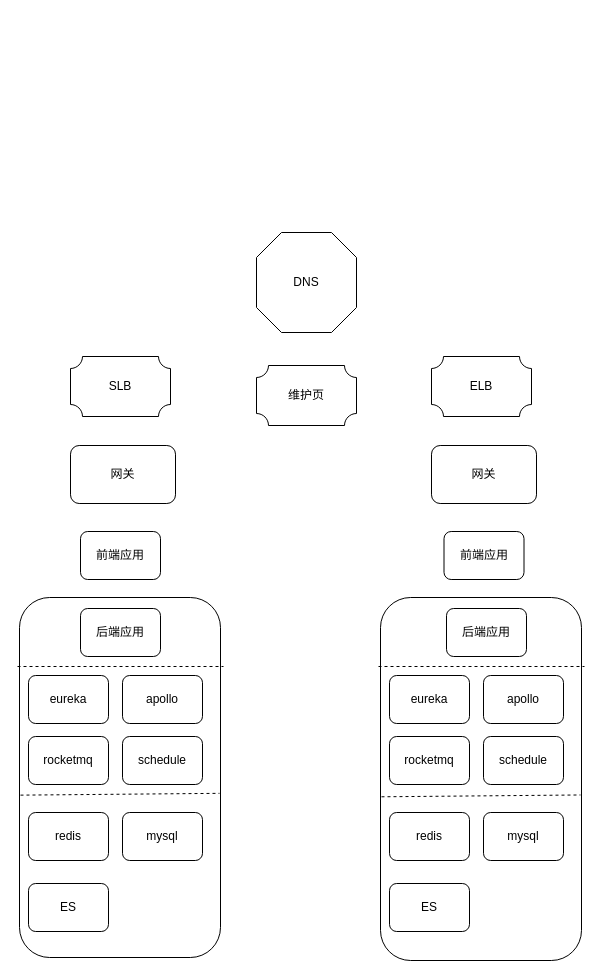
The draw.io diagram 华为云迁移灰度.drawio in mingtian110/pc_home, before the edit. Source tidied: cells renumbered, new cells numbered last; positions are measured from the earlier drawing's top-left corner, leaving out a move shared by most shapes. Both pictures are drawn from the tidied source at 100%, with x=0, y=0 at pixel (17, 232).
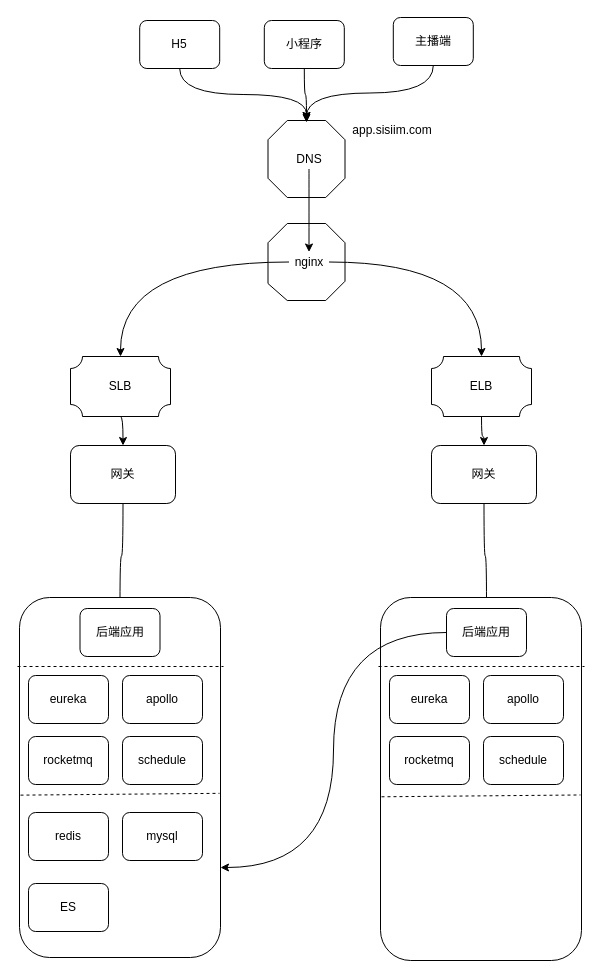
After the change.

Commit message:
更新华为云迁移灰度.drawio

The change refers to these unchanged cells:
```xml
<mxCell id="4" style="verticalLabelPosition=bottom;verticalAlign=top;html=1;shape=mxgraph.basic.plaque;dx=6;" parent="1" vertex="1">
  <mxGeometry x="53" y="124" width="100" height="60" as="geometry" />
</mxCell>
<mxCell id="6" style="verticalLabelPosition=bottom;verticalAlign=top;html=1;shape=mxgraph.basic.plaque;dx=6;" parent="1" vertex="1">
  <mxGeometry x="414" y="124" width="100" height="60" as="geometry" />
</mxCell>
<mxCell id="8" value="网关" style="rounded=1;whiteSpace=wrap;html=1;" parent="1" vertex="1">
  <mxGeometry x="53" y="213" width="105" height="58" as="geometry" />
</mxCell>
<mxCell id="9" value="网关" style="rounded=1;whiteSpace=wrap;html=1;" parent="1" vertex="1">
  <mxGeometry x="414" y="213" width="105" height="58" as="geometry" />
</mxCell>
<mxCell id="10" style="rounded=1;whiteSpace=wrap;html=1;" parent="1" vertex="1">
  <mxGeometry x="2" y="365" width="201" height="360" as="geometry" />
</mxCell>
<mxCell id="23" value="后端应用" style="rounded=1;whiteSpace=wrap;html=1;" parent="1" vertex="1">
  <mxGeometry x="429" y="376" width="80" height="48" as="geometry" />
</mxCell>
```

What changed in the source:
```diff
@@
+    <mxCell id="36" style="verticalLabelPosition=bottom;verticalAlign=top;html=1;shape=mxgraph.basic.polygon;polyCoords=[[0.25,0],[0.75,0],[1,0.25],[1,0.75],[0.75,1],[0.25,1],[0,0.78],[0,0.25]];polyline=0;" parent="1" vertex="1">
+      <mxGeometry x="250.5" y="-9" width="77" height="77" as="geometry" />
+    </mxCell>
     <mxCell id="2" style="verticalLabelPosition=bottom;verticalAlign=top;html=1;shape=mxgraph.basic.polygon;polyCoords=[[0.25,0],[0.75,0],[1,0.25],[1,0.75],[0.75,1],[0.25,1],[0,0.75],[0,0.25]];polyline=0;" parent="1" vertex="1">
-      <mxGeometry x="239" width="100" height="100" as="geometry" />
+      <mxGeometry x="250.5" y="-112" width="77" height="77" as="geometry" />
     </mxCell>
+    <mxCell id="37" style="edgeStyle=orthogonalEdgeStyle;curved=1;jettySize=auto;html=1;exitX=0.5;exitY=1;exitDx=0;exitDy=0;entryX=0.5;entryY=0;entryDx=0;entryDy=0;" parent="1" edge="1" source="3" target="45">
+      <mxGeometry relative="1" as="geometry" />
+    </mxCell>
     <mxCell id="3" value="DNS" style="text;html=1;strokeColor=none;fillColor=none;align=center;verticalAlign=middle;whiteSpace=wrap;rounded=0;" parent="1" vertex="1">
-      <mxGeometry x="269" y="40" width="40" height="20" as="geometry" />
+      <mxGeometry x="271.5" y="-83.5" width="40" height="20" as="geometry" />
     </mxCell>
+    <mxCell id="38" style="edgeStyle=orthogonalEdgeStyle;curved=1;jettySize=auto;html=1;exitX=0.5;exitY=1;exitDx=0;exitDy=0;exitPerimeter=0;entryX=0.5;entryY=0;entryDx=0;entryDy=0;" parent="1" edge="1" source="4" target="8">
+      <mxGeometry relative="1" as="geometry" />
+    </mxCell>
@@
+    <mxCell id="39" style="edgeStyle=orthogonalEdgeStyle;curved=1;jettySize=auto;html=1;exitX=0.5;exitY=1;exitDx=0;exitDy=0;exitPerimeter=0;" parent="1" edge="1" source="6" target="9">
+      <mxGeometry relative="1" as="geometry" />
+    </mxCell>
@@
+    <mxCell id="40" style="edgeStyle=orthogonalEdgeStyle;curved=1;jettySize=auto;html=1;exitX=0.5;exitY=1;exitDx=0;exitDy=0;" parent="1" edge="1" source="8" target="11">
+      <mxGeometry relative="1" as="geometry" />
+    </mxCell>
@@
+    <mxCell id="41" style="edgeStyle=orthogonalEdgeStyle;curved=1;jettySize=auto;html=1;exitX=0.5;exitY=1;exitDx=0;exitDy=0;" parent="1" edge="1" source="9" target="23">
+      <mxGeometry relative="1" as="geometry" />
+    </mxCell>
@@
-    <mxCell id="11" value="后端应用" style="rounded=1;whiteSpace=wrap;html=1;" parent="1" vertex="1">
-      <mxGeometry x="63" y="376" width="80" height="48" as="geometry" />
-    </mxCell>
-    <mxCell id="12" value="前端应用" style="rounded=1;whiteSpace=wrap;html=1;" parent="1" vertex="1">
-      <mxGeometry x="63" y="299" width="80" height="48" as="geometry" />
-    </mxCell>
@@
+    <mxCell id="42" style="edgeStyle=orthogonalEdgeStyle;jettySize=auto;html=1;exitX=0;exitY=0.5;exitDx=0;exitDy=0;entryX=1;entryY=0.75;entryDx=0;entryDy=0;curved=1;" parent="1" edge="1" source="23" target="10">
+      <mxGeometry relative="1" as="geometry" />
+    </mxCell>
@@
-    <mxCell id="24" value="前端应用" style="rounded=1;whiteSpace=wrap;html=1;" parent="1" vertex="1">
-      <mxGeometry x="426.5" y="299" width="80" height="48" as="geometry" />
-    </mxCell>
@@
-    <mxCell id="31" value="redis" style="rounded=1;whiteSpace=wrap;html=1;" parent="1" vertex="1">
-      <mxGeometry x="372" y="580" width="80" height="48" as="geometry" />
-    </mxCell>
-    <mxCell id="32" value="mysql" style="rounded=1;whiteSpace=wrap;html=1;" parent="1" vertex="1">
-      <mxGeometry x="466" y="580" width="80" height="48" as="geometry" />
-    </mxCell>
-    <mxCell id="33" value="ES" style="rounded=1;whiteSpace=wrap;html=1;" parent="1" vertex="1">
-      <mxGeometry x="372" y="651" width="80" height="48" as="geometry" />
-    </mxCell>
-    <mxCell id="34" style="verticalLabelPosition=bottom;verticalAlign=top;html=1;shape=mxgraph.basic.plaque;dx=6;" parent="1" vertex="1">
-      <mxGeometry x="239" y="133" width="100" height="60" as="geometry" />
-    </mxCell>
-    <mxCell id="35" value="维护页" style="text;html=1;strokeColor=none;fillColor=none;align=center;verticalAlign=middle;whiteSpace=wrap;rounded=0;" parent="1" vertex="1">
-      <mxGeometry x="269" y="153" width="40" height="20" as="geometry" />
-    </mxCell>
+    <mxCell id="43" style="edgeStyle=orthogonalEdgeStyle;jettySize=auto;html=1;exitX=0;exitY=0.5;exitDx=0;exitDy=0;entryX=0.5;entryY=0;entryDx=0;entryDy=0;entryPerimeter=0;curved=1;" parent="1" edge="1" source="45" target="4">
+      <mxGeometry relative="1" as="geometry" />
+    </mxCell>
+    <mxCell id="44" style="edgeStyle=orthogonalEdgeStyle;jettySize=auto;html=1;exitX=1;exitY=0.5;exitDx=0;exitDy=0;curved=1;" parent="1" edge="1" source="45" target="6">
+      <mxGeometry relative="1" as="geometry" />
+    </mxCell>
+    <mxCell id="45" value="nginx" style="text;html=1;strokeColor=none;fillColor=none;align=center;verticalAlign=middle;whiteSpace=wrap;rounded=0;shadow=1;" parent="1" vertex="1">
+      <mxGeometry x="271.5" y="19.5" width="40" height="20" as="geometry" />
+    </mxCell>
+    <mxCell id="11" value="后端应用" style="rounded=1;whiteSpace=wrap;html=1;" parent="1" vertex="1">
+      <mxGeometry x="62.5" y="376" width="80" height="48" as="geometry" />
+    </mxCell>
+    <mxCell id="46" style="edgeStyle=orthogonalEdgeStyle;curved=1;jettySize=auto;html=1;exitX=0.5;exitY=1;exitDx=0;exitDy=0;" parent="1" edge="1" source="47" target="2">
+      <mxGeometry relative="1" as="geometry" />
+    </mxCell>
+    <mxCell id="47" value="H5" style="rounded=1;whiteSpace=wrap;html=1;" parent="1" vertex="1">
+      <mxGeometry x="122.2" y="-212" width="80" height="48" as="geometry" />
+    </mxCell>
+    <mxCell id="48" style="edgeStyle=orthogonalEdgeStyle;curved=1;jettySize=auto;html=1;exitX=0.5;exitY=1;exitDx=0;exitDy=0;" parent="1" edge="1" source="49" target="2">
+      <mxGeometry relative="1" as="geometry" />
+    </mxCell>
+    <mxCell id="49" value="小程序" style="rounded=1;whiteSpace=wrap;html=1;" parent="1" vertex="1">
+      <mxGeometry x="246.8" y="-212" width="80" height="48" as="geometry" />
+    </mxCell>
+    <mxCell id="50" style="edgeStyle=orthogonalEdgeStyle;curved=1;jettySize=auto;html=1;exitX=0.5;exitY=1;exitDx=0;exitDy=0;entryX=0.5;entryY=0.026;entryDx=0;entryDy=0;entryPerimeter=0;" parent="1" edge="1" source="51" target="2">
+      <mxGeometry relative="1" as="geometry" />
+    </mxCell>
+    <mxCell id="51" value="主播端" style="rounded=1;whiteSpace=wrap;html=1;" parent="1" vertex="1">
+      <mxGeometry x="375.8" y="-215" width="80" height="48" as="geometry" />
+    </mxCell>
+    <mxCell id="52" value="app.sisiim.com" style="text;html=1;strokeColor=none;fillColor=none;align=center;verticalAlign=middle;whiteSpace=wrap;rounded=0;shadow=1;" parent="1" vertex="1">
+      <mxGeometry x="355" y="-112" width="40" height="20" as="geometry" />
+    </mxCell>
```
